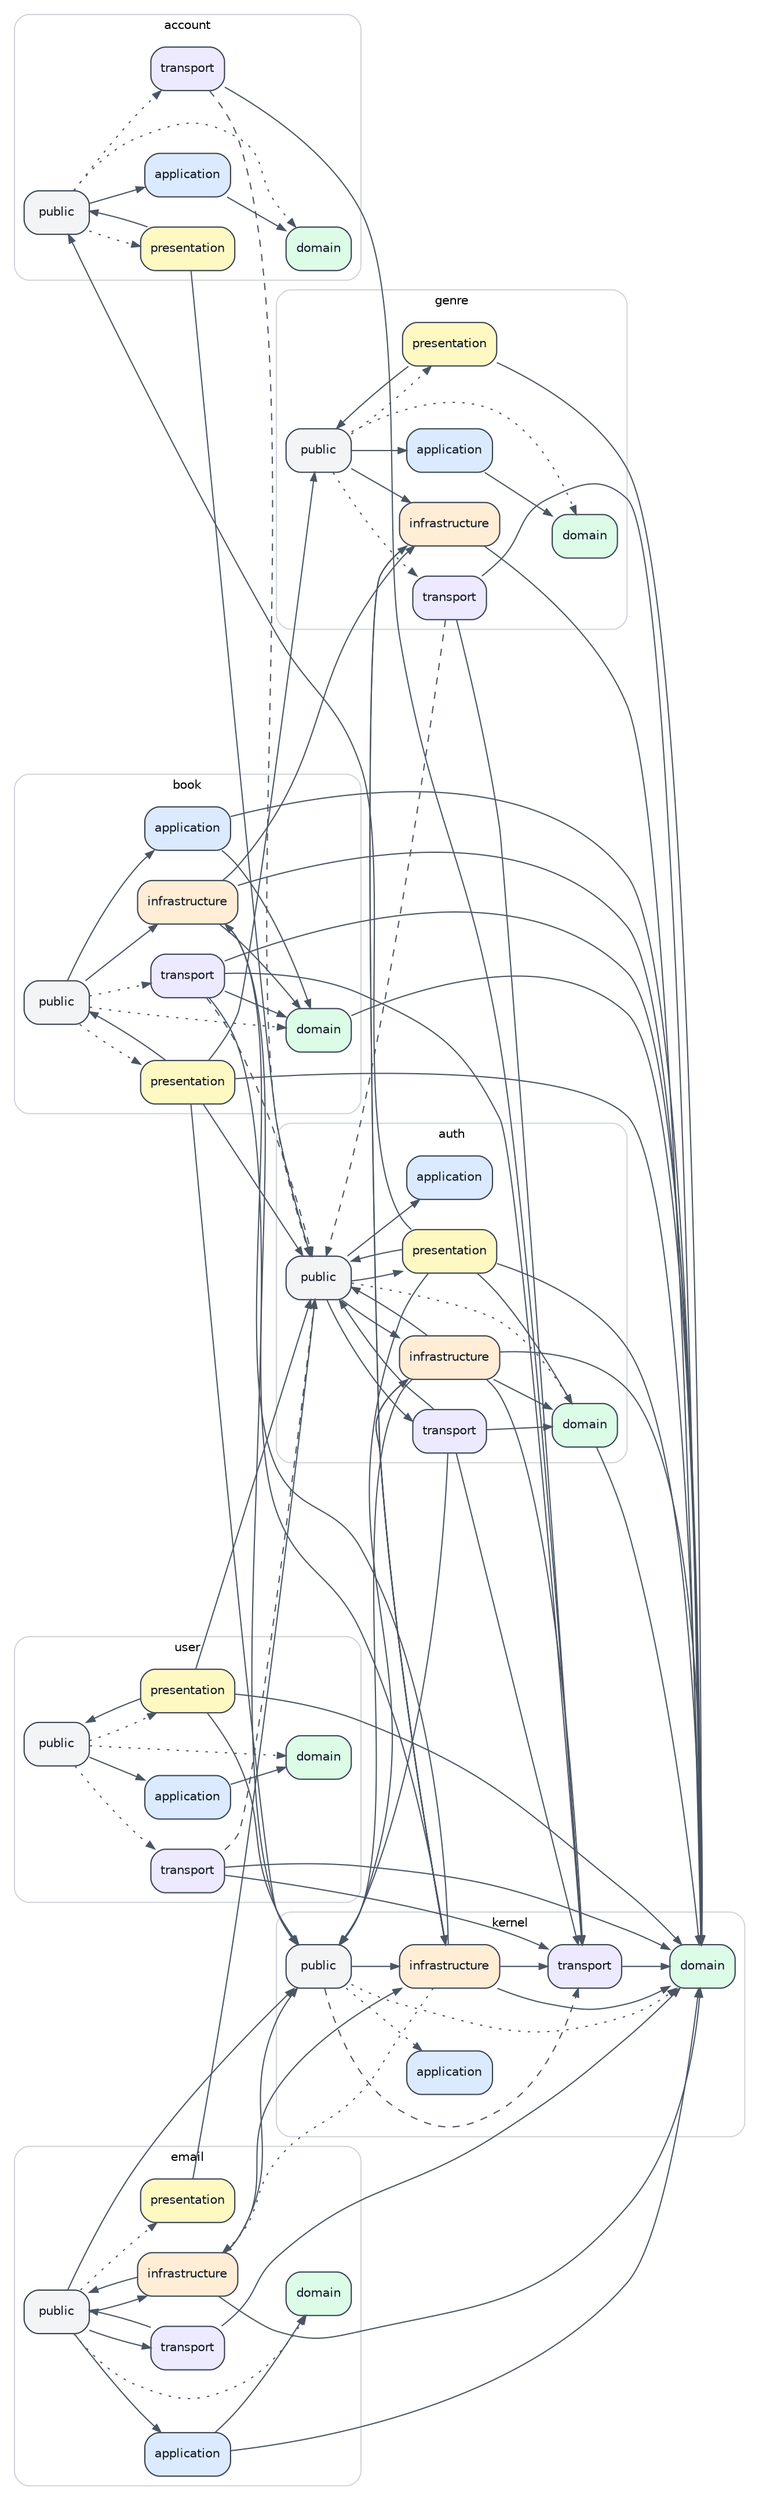
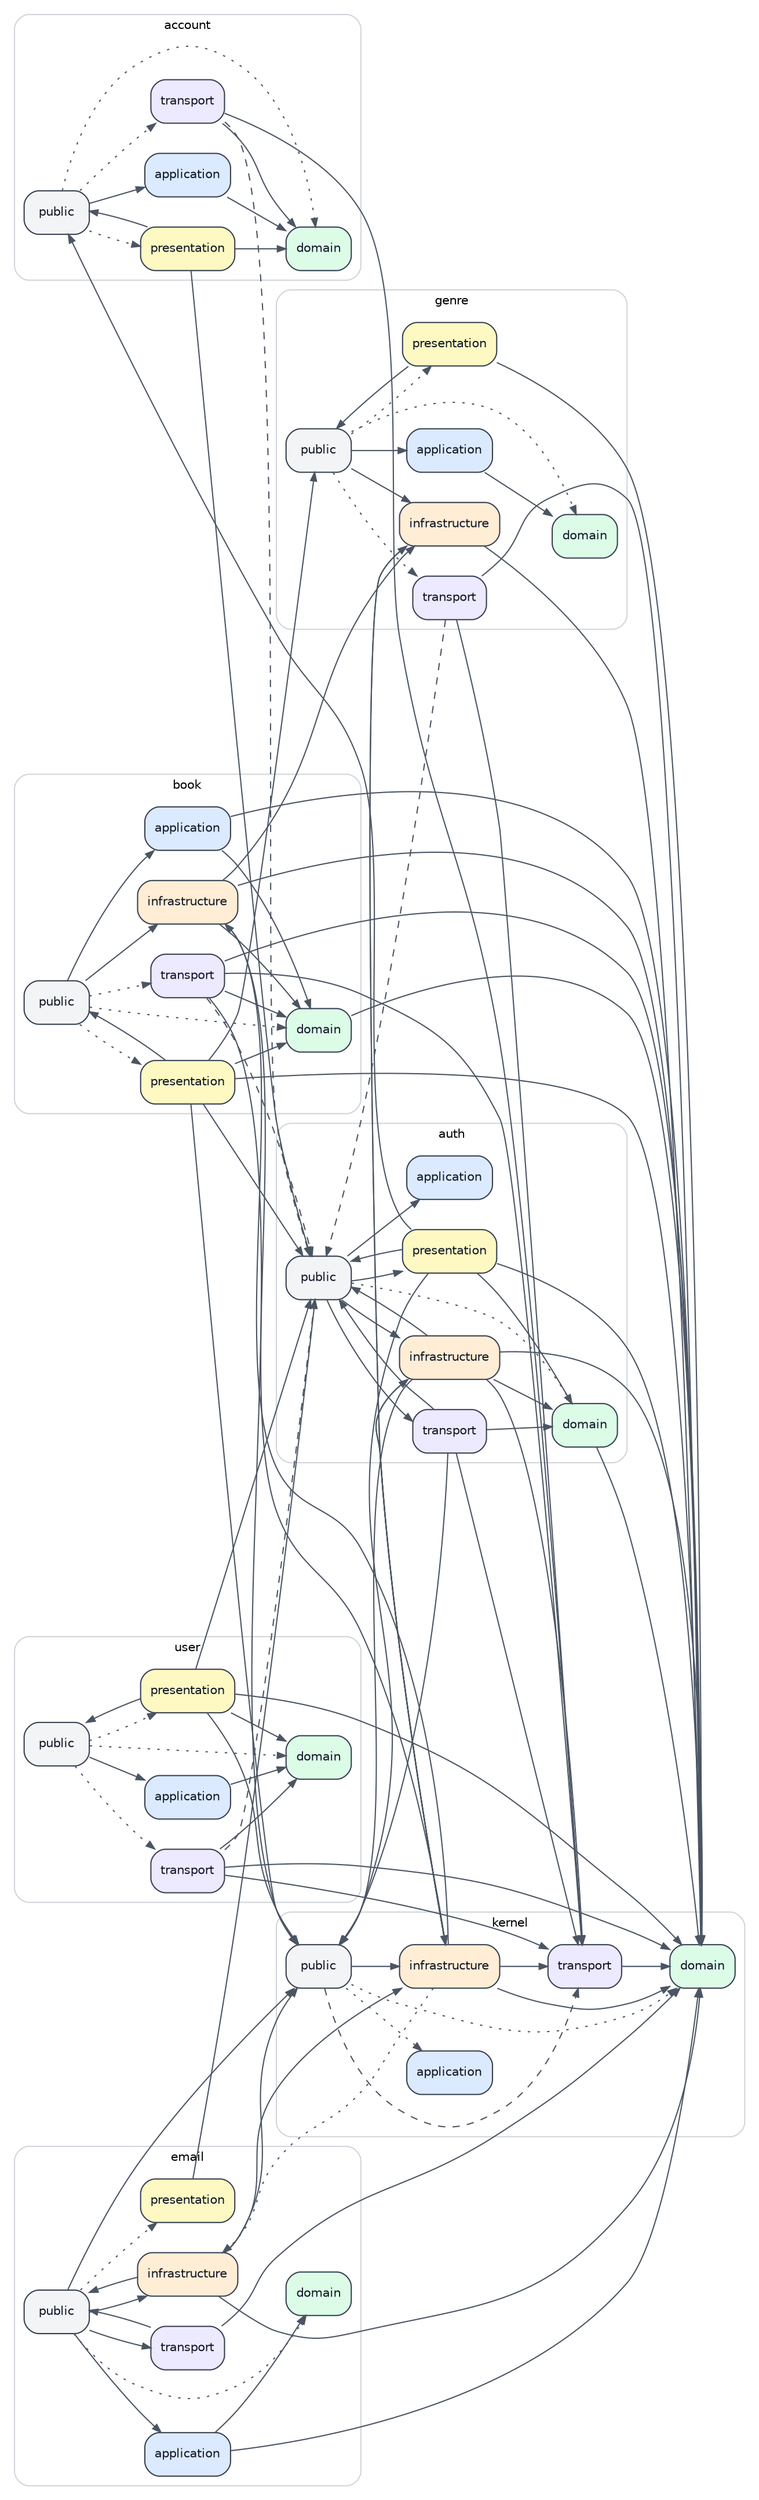
digraph ModuleLayerDependencies {
  graph [rankdir="LR", compound="true", fontname="Helvetica", fontsize="10", nodesep="0.35", ranksep="0.55"];
  node [shape="box", style="rounded,filled", fontname="Helvetica", fontsize="10", color="#374151", fontcolor="#111827"];
  edge [arrowsize="0.7", color="#4b5563", fontname="Helvetica", fontsize="9"];

  subgraph cluster_account {
    label="account";
    color="#d1d5db";
    style="rounded";
    "account/public" [label="public", fillcolor="#f3f4f6"];
    "account/application" [label="application", fillcolor="#dbeafe"];
    "account/domain" [label="domain", fillcolor="#dcfce7"];
    "account/presentation" [label="presentation", fillcolor="#fef9c3"];
    "account/transport" [label="transport", fillcolor="#ede9fe"];
  }

  subgraph cluster_auth {
    label="auth";
    color="#d1d5db";
    style="rounded";
    "auth/public" [label="public", fillcolor="#f3f4f6"];
    "auth/application" [label="application", fillcolor="#dbeafe"];
    "auth/domain" [label="domain", fillcolor="#dcfce7"];
    "auth/infrastructure" [label="infrastructure", fillcolor="#ffedd5"];
    "auth/presentation" [label="presentation", fillcolor="#fef9c3"];
    "auth/transport" [label="transport", fillcolor="#ede9fe"];
  }

  subgraph cluster_book {
    label="book";
    color="#d1d5db";
    style="rounded";
    "book/public" [label="public", fillcolor="#f3f4f6"];
    "book/application" [label="application", fillcolor="#dbeafe"];
    "book/domain" [label="domain", fillcolor="#dcfce7"];
    "book/infrastructure" [label="infrastructure", fillcolor="#ffedd5"];
    "book/presentation" [label="presentation", fillcolor="#fef9c3"];
    "book/transport" [label="transport", fillcolor="#ede9fe"];
  }

  subgraph cluster_email {
    label="email";
    color="#d1d5db";
    style="rounded";
    "email/public" [label="public", fillcolor="#f3f4f6"];
    "email/application" [label="application", fillcolor="#dbeafe"];
    "email/domain" [label="domain", fillcolor="#dcfce7"];
    "email/infrastructure" [label="infrastructure", fillcolor="#ffedd5"];
    "email/presentation" [label="presentation", fillcolor="#fef9c3"];
    "email/transport" [label="transport", fillcolor="#ede9fe"];
  }

  subgraph cluster_genre {
    label="genre";
    color="#d1d5db";
    style="rounded";
    "genre/public" [label="public", fillcolor="#f3f4f6"];
    "genre/application" [label="application", fillcolor="#dbeafe"];
    "genre/domain" [label="domain", fillcolor="#dcfce7"];
    "genre/infrastructure" [label="infrastructure", fillcolor="#ffedd5"];
    "genre/presentation" [label="presentation", fillcolor="#fef9c3"];
    "genre/transport" [label="transport", fillcolor="#ede9fe"];
  }

  subgraph cluster_kernel {
    label="kernel";
    color="#d1d5db";
    style="rounded";
    "kernel/public" [label="public", fillcolor="#f3f4f6"];
    "kernel/application" [label="application", fillcolor="#dbeafe"];
    "kernel/domain" [label="domain", fillcolor="#dcfce7"];
    "kernel/infrastructure" [label="infrastructure", fillcolor="#ffedd5"];
    "kernel/transport" [label="transport", fillcolor="#ede9fe"];
  }

  subgraph cluster_user {
    label="user";
    color="#d1d5db";
    style="rounded";
    "user/public" [label="public", fillcolor="#f3f4f6"];
    "user/application" [label="application", fillcolor="#dbeafe"];
    "user/domain" [label="domain", fillcolor="#dcfce7"];
    "user/presentation" [label="presentation", fillcolor="#fef9c3"];
    "user/transport" [label="transport", fillcolor="#ede9fe"];
  }

  "account/application" -> "account/domain" [style="solid"];
+   "account/presentation" -> "account/domain" [style="solid"];
  "account/presentation" -> "account/public" [style="solid"];
  "account/presentation" -> "auth/public" [style="solid"];
  "account/public" -> "account/application" [style="solid"];
  "account/public" -> "account/domain" [style="dotted"];
  "account/public" -> "account/presentation" [style="dotted"];
  "account/public" -> "account/transport" [style="dotted"];
+   "account/transport" -> "account/domain" [style="solid"];
  "account/transport" -> "auth/public" [style="dashed"];
  "account/transport" -> "kernel/transport" [style="solid"];
  "auth/domain" -> "kernel/domain" [style="solid"];
  "auth/infrastructure" -> "auth/domain" [style="solid"];
  "auth/infrastructure" -> "auth/public" [style="solid"];
  "auth/infrastructure" -> "kernel/domain" [style="solid"];
  "auth/infrastructure" -> "kernel/infrastructure" [style="solid"];
  "auth/infrastructure" -> "kernel/public" [style="solid"];
  "auth/infrastructure" -> "kernel/transport" [style="solid"];
  "auth/presentation" -> "account/public" [style="solid"];
  "auth/presentation" -> "auth/domain" [style="solid"];
  "auth/presentation" -> "auth/public" [style="solid"];
  "auth/presentation" -> "kernel/domain" [style="solid"];
  "auth/presentation" -> "kernel/public" [style="solid"];
  "auth/public" -> "auth/application" [style="solid"];
  "auth/public" -> "auth/domain" [style="dotted"];
  "auth/public" -> "auth/infrastructure" [style="solid"];
  "auth/public" -> "auth/presentation" [style="solid"];
  "auth/public" -> "auth/transport" [style="solid"];
  "auth/transport" -> "auth/domain" [style="solid"];
  "auth/transport" -> "auth/public" [style="solid"];
  "auth/transport" -> "kernel/public" [style="solid"];
  "auth/transport" -> "kernel/transport" [style="solid"];
  "book/application" -> "book/domain" [style="solid"];
  "book/application" -> "kernel/domain" [style="solid"];
  "book/domain" -> "kernel/domain" [style="solid"];
  "book/infrastructure" -> "book/domain" [style="solid"];
  "book/infrastructure" -> "genre/infrastructure" [style="solid"];
  "book/infrastructure" -> "kernel/domain" [style="solid"];
  "book/infrastructure" -> "kernel/infrastructure" [style="solid"];
  "book/presentation" -> "auth/public" [style="solid"];
+   "book/presentation" -> "book/domain" [style="solid"];
  "book/presentation" -> "book/public" [style="solid"];
  "book/presentation" -> "genre/public" [style="solid"];
  "book/presentation" -> "kernel/domain" [style="solid"];
  "book/presentation" -> "kernel/public" [style="solid"];
  "book/public" -> "book/application" [style="solid"];
  "book/public" -> "book/domain" [style="dotted"];
  "book/public" -> "book/infrastructure" [style="solid"];
  "book/public" -> "book/presentation" [style="dotted"];
  "book/public" -> "book/transport" [style="dotted"];
  "book/transport" -> "auth/public" [style="dashed"];
  "book/transport" -> "book/domain" [style="solid"];
  "book/transport" -> "kernel/domain" [style="solid"];
  "book/transport" -> "kernel/public" [style="solid"];
  "book/transport" -> "kernel/transport" [style="solid"];
  "email/application" -> "email/domain" [style="solid"];
  "email/application" -> "kernel/domain" [style="solid"];
  "email/infrastructure" -> "email/public" [style="solid"];
  "email/infrastructure" -> "kernel/domain" [style="solid"];
  "email/infrastructure" -> "kernel/infrastructure" [style="solid"];
  "email/infrastructure" -> "kernel/public" [style="solid"];
  "email/presentation" -> "auth/public" [style="solid"];
  "email/public" -> "email/application" [style="solid"];
  "email/public" -> "email/domain" [style="dotted"];
  "email/public" -> "email/infrastructure" [style="solid"];
  "email/public" -> "email/presentation" [style="dotted"];
  "email/public" -> "email/transport" [style="solid"];
  "email/public" -> "kernel/public" [style="solid"];
  "email/transport" -> "email/public" [style="solid"];
  "email/transport" -> "kernel/domain" [style="solid"];
  "genre/application" -> "genre/domain" [style="solid"];
  "genre/infrastructure" -> "kernel/domain" [style="solid"];
  "genre/infrastructure" -> "kernel/infrastructure" [style="solid"];
  "genre/presentation" -> "genre/public" [style="solid"];
  "genre/presentation" -> "kernel/domain" [style="solid"];
  "genre/public" -> "genre/application" [style="solid"];
  "genre/public" -> "genre/domain" [style="dotted"];
  "genre/public" -> "genre/infrastructure" [style="solid"];
  "genre/public" -> "genre/presentation" [style="dotted"];
  "genre/public" -> "genre/transport" [style="dotted"];
  "genre/transport" -> "auth/public" [style="dashed"];
  "genre/transport" -> "kernel/domain" [style="solid"];
  "genre/transport" -> "kernel/transport" [style="solid"];
  "kernel/infrastructure" -> "auth/infrastructure" [style="solid"];
  "kernel/infrastructure" -> "book/infrastructure" [style="solid"];
  "kernel/infrastructure" -> "email/infrastructure" [style="dotted"];
  "kernel/infrastructure" -> "genre/infrastructure" [style="solid"];
  "kernel/infrastructure" -> "kernel/domain" [style="solid"];
  "kernel/infrastructure" -> "kernel/transport" [style="solid"];
  "kernel/public" -> "kernel/application" [style="dotted"];
  "kernel/public" -> "kernel/domain" [style="dotted"];
  "kernel/public" -> "kernel/infrastructure" [style="solid"];
  "kernel/public" -> "kernel/transport" [style="dashed"];
  "kernel/transport" -> "kernel/domain" [style="solid"];
  "user/application" -> "user/domain" [style="solid"];
  "user/presentation" -> "auth/public" [style="solid"];
  "user/presentation" -> "kernel/domain" [style="solid"];
  "user/presentation" -> "kernel/public" [style="solid"];
+   "user/presentation" -> "user/domain" [style="solid"];
  "user/presentation" -> "user/public" [style="solid"];
  "user/public" -> "user/application" [style="solid"];
  "user/public" -> "user/domain" [style="dotted"];
  "user/public" -> "user/presentation" [style="dotted"];
  "user/public" -> "user/transport" [style="dotted"];
  "user/transport" -> "auth/public" [style="dashed"];
  "user/transport" -> "kernel/domain" [style="solid"];
  "user/transport" -> "kernel/transport" [style="solid"];
+   "user/transport" -> "user/domain" [style="solid"];
}
